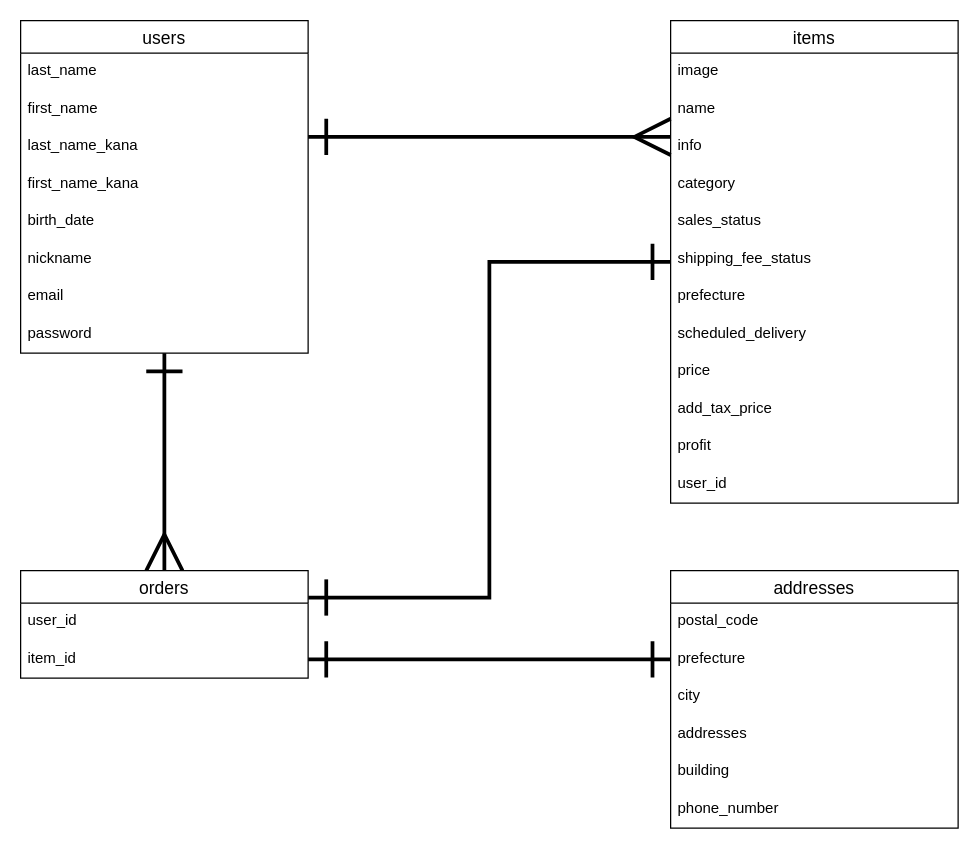
Above: furima.dio in shiiizuuukaaa/furima-33391 (draw.io), before the change. Source tidied: cells renumbered, new cells numbered last; positions are measured from the earlier drawing's top-left corner, leaving out a move shared by most shapes. Both pictures are drawn from the tidied source at 125%, with x=0, y=0 at pixel (20, 20).
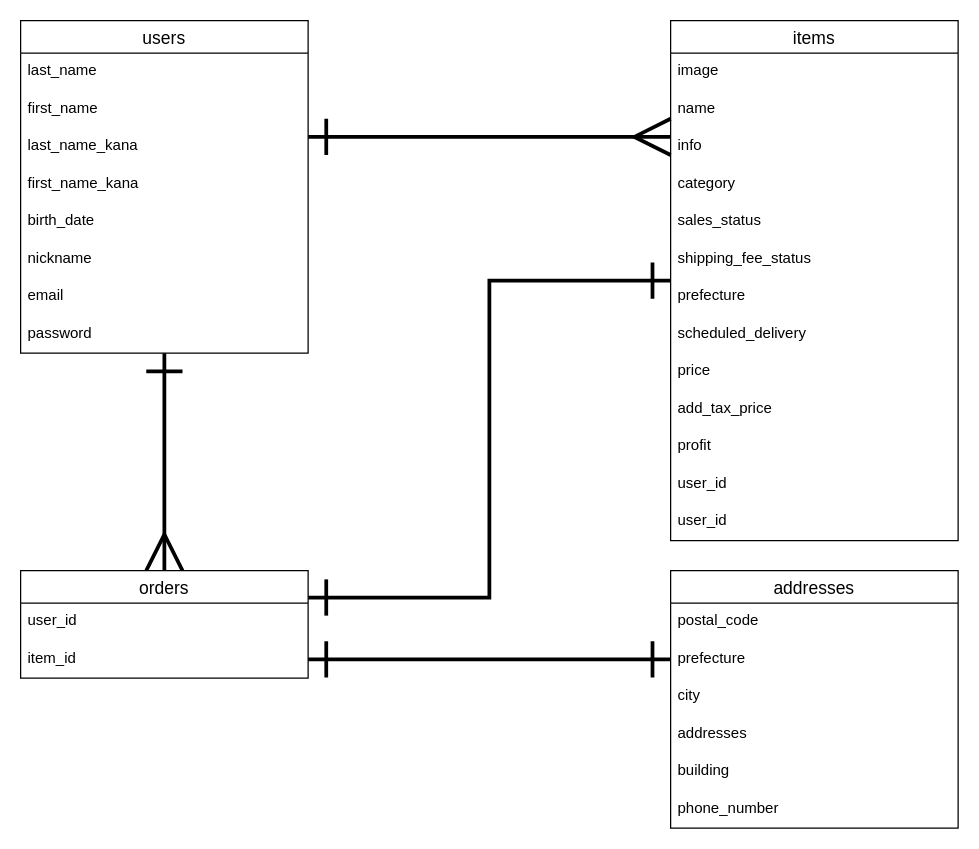
The same page after the edit.

Commit message (it also covers changes not shown here):
データベース設計修正３

Diff of the diagram source:
```diff
@@
     <mxCell id="13" value="items" style="swimlane;fontStyle=0;horizontal=1;startSize=26;align=center;fontSize=14;" parent="1" vertex="1">
-      <mxGeometry x="520" width="230" height="386" as="geometry" />
+      <mxGeometry x="520" width="230" height="416" as="geometry" />
     </mxCell>
@@
+    <mxCell id="38" value="user_id" style="text;spacingLeft=4;spacingRight=4;overflow=hidden;fontSize=12;verticalAlign=top;" parent="13" vertex="1">
+      <mxGeometry y="386" width="230" height="30" as="geometry" />
+    </mxCell>
```
